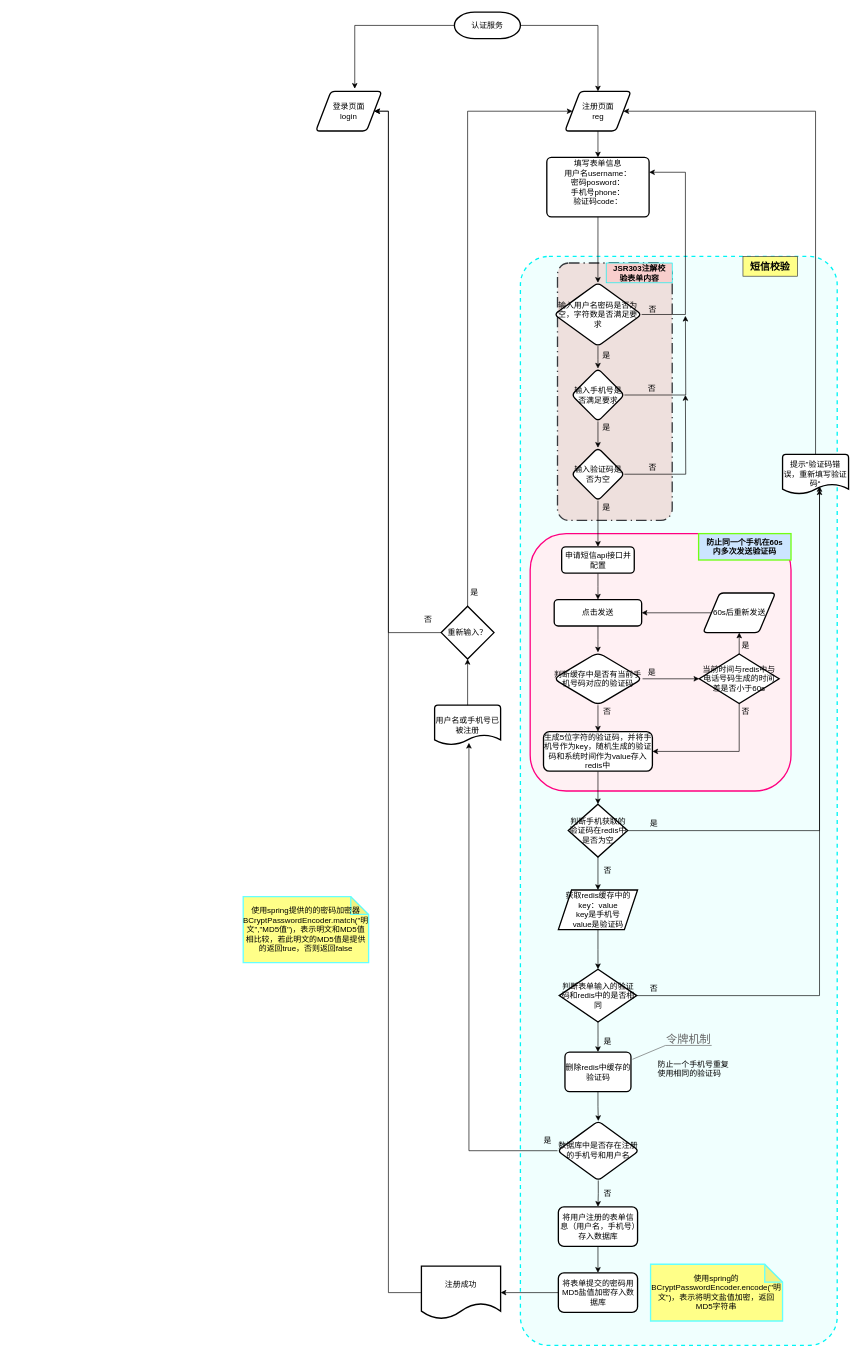
This is 2020/Untitled Diagram.drawio from ShilongXu/baozi.github.io, a draw.io file, before an edit. Source tidied: cells renumbered, new cells numbered last; positions are measured from the earlier drawing's top-left corner, leaving out a move shared by most shapes. Both pictures are drawn from the tidied source at 66%, with x=0, y=0 at pixel (243, 12).
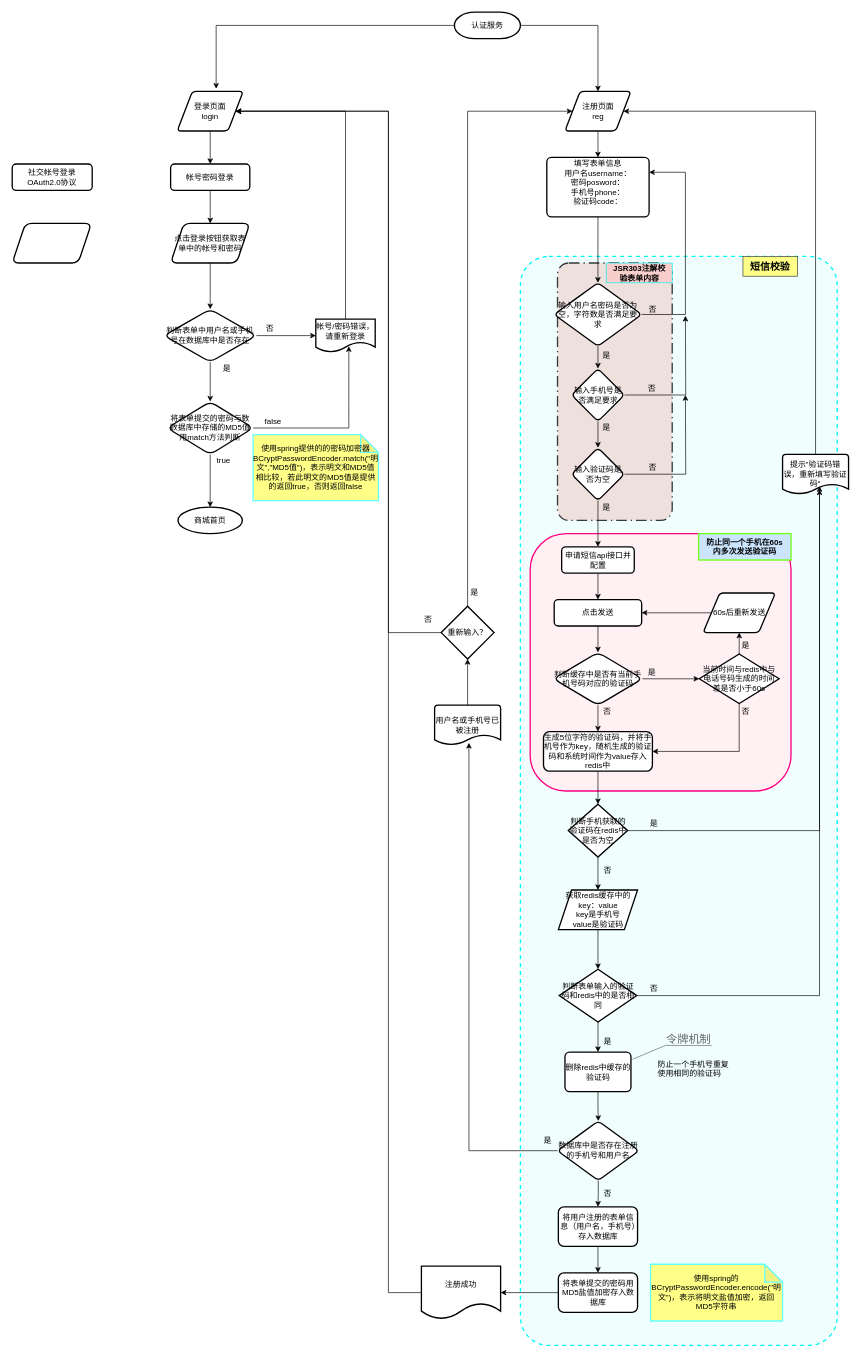
After the change.

The edit, as a diff of the source:
```diff
@@
+    <mxCell id="88" style="edgeStyle=orthogonalEdgeStyle;rounded=0;jettySize=auto;html=1;exitX=0.5;exitY=1;exitDx=0;exitDy=0;entryX=0.5;entryY=0;entryDx=0;entryDy=0;fontSize=12;" parent="1" edge="1" source="8" target="90">
+      <mxGeometry relative="1" as="geometry" />
+    </mxCell>
     <mxCell id="8" value="&lt;div&gt;登录页面&lt;/div&gt;&lt;div&gt;login&lt;/div&gt;" style="shape=parallelogram;html=1;strokeWidth=2;perimeter=parallelogramPerimeter;whiteSpace=wrap;rounded=1;arcSize=12;size=0.23;" parent="1" vertex="1">
-      <mxGeometry x="110" y="120" width="100" height="60" as="geometry" />
+      <mxGeometry x="-100" y="120" width="100" height="60" as="geometry" />
     </mxCell>
@@
     <mxCell id="63" value="使用spring提供的的密码加密器BCryptPasswordEncoder.match(&quot;明文&quot;,&quot;MD5值&quot;)，表示明文和MD5值相比较，若此明文的MD5值是提供的返回true，否则返回false" style="shape=note;whiteSpace=wrap;html=1;backgroundOutline=1;darkOpacity=0.05;rounded=0;glass=0;strokeWidth=2;fillColor=#ffff88;size=27;strokeColor=#66FFFF;" parent="1" vertex="1">
-      <mxGeometry y="1340" width="190" height="100" as="geometry" />
+      <mxGeometry x="15" y="640" width="190" height="100" as="geometry" />
     </mxCell>
@@
+    <mxCell id="89" style="edgeStyle=orthogonalEdgeStyle;rounded=0;jettySize=auto;html=1;exitX=0.5;exitY=1;exitDx=0;exitDy=0;entryX=0.5;entryY=0;entryDx=0;entryDy=0;fontSize=12;" parent="1" edge="1" source="90" target="92">
+      <mxGeometry relative="1" as="geometry" />
+    </mxCell>
+    <mxCell id="90" value="帐号密码登录" style="rounded=1;whiteSpace=wrap;html=1;glass=0;fontSize=12;strokeWidth=2;fillColor=#ffffff;gradientColor=none;" parent="1" vertex="1">
+      <mxGeometry x="-110" y="230" width="120" height="40" as="geometry" />
+    </mxCell>
+    <mxCell id="91" style="edgeStyle=orthogonalEdgeStyle;rounded=0;jettySize=auto;html=1;fontSize=12;" parent="1" edge="1" source="92" target="95">
+      <mxGeometry relative="1" as="geometry" />
+    </mxCell>
+    <mxCell id="92" value="点击登录按钮获取表单中的帐号和密码" style="shape=parallelogram;perimeter=parallelogramPerimeter;whiteSpace=wrap;html=1;fixedSize=1;rounded=1;glass=0;fontSize=12;strokeColor=#000000;strokeWidth=2;fillColor=#ffffff;gradientColor=none;" parent="1" vertex="1">
+      <mxGeometry x="-110" y="320" width="120" height="60" as="geometry" />
+    </mxCell>
+    <mxCell id="93" style="edgeStyle=orthogonalEdgeStyle;rounded=0;jettySize=auto;html=1;exitX=1;exitY=0.5;exitDx=0;exitDy=0;entryX=0;entryY=0.5;entryDx=0;entryDy=0;fontSize=12;" parent="1" edge="1" source="95" target="99">
+      <mxGeometry relative="1" as="geometry" />
+    </mxCell>
+    <mxCell id="94" style="edgeStyle=orthogonalEdgeStyle;rounded=0;jettySize=auto;html=1;fontSize=12;" parent="1" edge="1" source="95" target="102">
+      <mxGeometry relative="1" as="geometry" />
+    </mxCell>
+    <mxCell id="95" value="判断表单中用户名或手机号在数据库中是否存在" style="rhombus;whiteSpace=wrap;html=1;rounded=1;strokeWidth=2;glass=0;" parent="1" vertex="1">
+      <mxGeometry x="-120" y="450" width="140" height="80" as="geometry" />
+    </mxCell>
+    <mxCell id="96" value="是" style="text;html=1;align=center;verticalAlign=middle;strokeColor=none;fontSize=12;" parent="1" vertex="1">
+      <mxGeometry x="-40" y="530" width="30" height="20" as="geometry" />
+    </mxCell>
+    <mxCell id="97" value="否" style="text;html=1;align=center;verticalAlign=middle;strokeColor=none;fontSize=12;" parent="1" vertex="1">
+      <mxGeometry x="25" y="470" width="30" height="20" as="geometry" />
+    </mxCell>
+    <mxCell id="98" style="edgeStyle=orthogonalEdgeStyle;rounded=0;jettySize=auto;html=1;exitX=0.5;exitY=0;exitDx=0;exitDy=0;entryX=1;entryY=0.5;entryDx=0;entryDy=0;fontSize=12;" parent="1" edge="1" source="99" target="8">
+      <mxGeometry relative="1" as="geometry">
+        <Array as="points">
+          <mxPoint x="155" y="150" />
+        </Array>
+      </mxGeometry>
+    </mxCell>
+    <mxCell id="99" value="帐号/密码错误，请重新登录" style="shape=document;whiteSpace=wrap;html=1;boundedLbl=1;rounded=1;glass=0;fontSize=12;strokeColor=#000000;strokeWidth=2;fillColor=#ffffff;gradientColor=none;" parent="1" vertex="1">
+      <mxGeometry x="110" y="465" width="90" height="50" as="geometry" />
+    </mxCell>
+    <mxCell id="100" style="edgeStyle=orthogonalEdgeStyle;rounded=0;jettySize=auto;html=1;entryX=0.556;entryY=0.82;entryDx=0;entryDy=0;entryPerimeter=0;fontSize=12;" parent="1" edge="1" source="102" target="99">
+      <mxGeometry relative="1" as="geometry" />
+    </mxCell>
+    <mxCell id="101" style="edgeStyle=orthogonalEdgeStyle;rounded=0;jettySize=auto;html=1;exitX=0.5;exitY=1;exitDx=0;exitDy=0;entryX=0.5;entryY=0;entryDx=0;entryDy=0;fontSize=12;" parent="1" edge="1" source="102" target="104">
+      <mxGeometry relative="1" as="geometry" />
+    </mxCell>
+    <mxCell id="102" value="将表单提交的密码与数数据库中存储的MD5值用match方法判断" style="rhombus;whiteSpace=wrap;html=1;rounded=1;strokeWidth=2;glass=0;" parent="1" vertex="1">
+      <mxGeometry x="-115" y="590" width="130" height="80" as="geometry" />
+    </mxCell>
+    <mxCell id="103" value="false" style="text;html=1;align=center;verticalAlign=middle;strokeColor=none;fontSize=12;" parent="1" vertex="1">
+      <mxGeometry x="25" y="610" width="40" height="20" as="geometry" />
+    </mxCell>
+    <mxCell id="104" value="商城首页" style="ellipse;whiteSpace=wrap;html=1;rounded=1;glass=0;fontSize=12;strokeColor=#000000;strokeWidth=2;fillColor=#ffffff;gradientColor=none;" parent="1" vertex="1">
+      <mxGeometry x="-98.8" y="750" width="97.5" height="40" as="geometry" />
+    </mxCell>
+    <mxCell id="105" value="true" style="text;html=1;align=center;verticalAlign=middle;strokeColor=none;fontSize=12;" parent="1" vertex="1">
+      <mxGeometry x="-50" y="670" width="40" height="20" as="geometry" />
+    </mxCell>
+    <mxCell id="106" value="&lt;div&gt;社交帐号登录&lt;/div&gt;&lt;div&gt;OAuth2.0协议&lt;br&gt;&lt;/div&gt;" style="rounded=1;whiteSpace=wrap;html=1;glass=0;fontSize=12;strokeColor=#000000;strokeWidth=2;fillColor=#ffffff;gradientColor=none;" parent="1" vertex="1">
+      <mxGeometry x="-350" y="230" width="121.2" height="40" as="geometry" />
+    </mxCell>
+    <mxCell id="107" style="shape=parallelogram;perimeter=parallelogramPerimeter;whiteSpace=wrap;html=1;fixedSize=1;rounded=1;glass=0;fontSize=12;strokeColor=#000000;strokeWidth=2;fillColor=#ffffff;gradientColor=none;" parent="1" vertex="1">
+      <mxGeometry x="-350" y="320" width="120" height="60" as="geometry" />
+    </mxCell>
```
